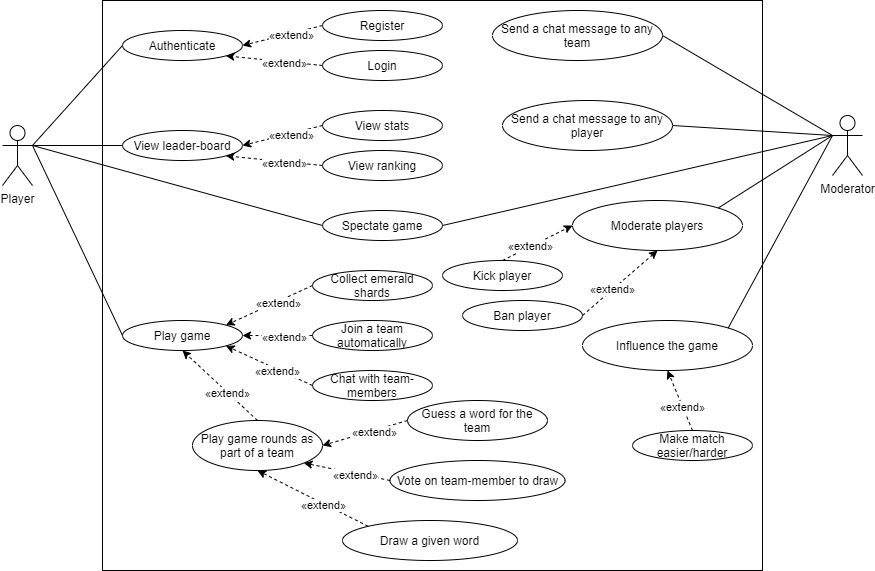
Above: docs/resources/diagrams/Use Case Diagram.png in CraigChaus/Sketchy-Mine- (draw.io), before the change. Source tidied: cells renumbered, new cells last; positions are measured from the earlier drawing's top-left corner, leaving out a move shared by most shapes.
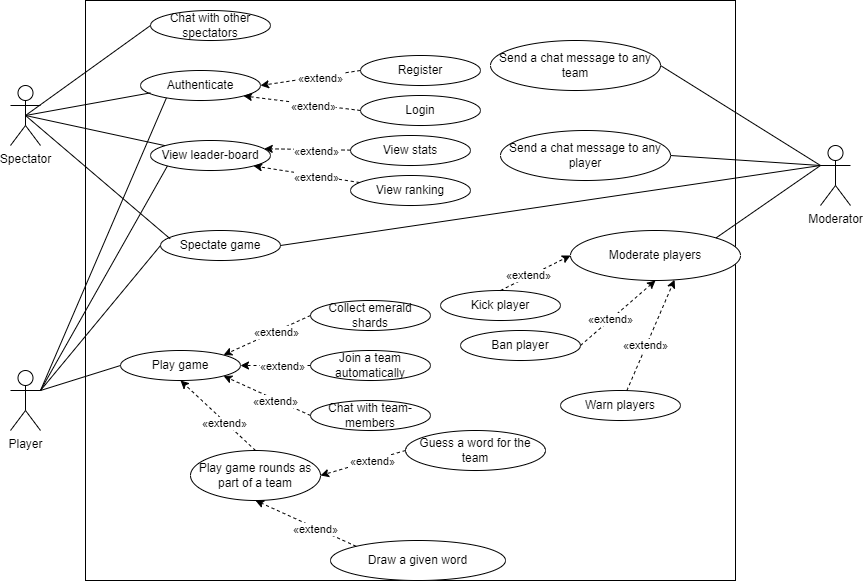
Later version of the same file.

Commit message:
docs: updated user diagram

Change to the diagram source:
```diff
@@ -3,19 +3,19 @@
     <mxCell id="0" />
     <mxCell id="1" parent="0" />
     <mxCell id="2" value="Player" style="shape=umlActor;verticalLabelPosition=bottom;verticalAlign=top;html=1;outlineConnect=0;" parent="1" vertex="1">
-      <mxGeometry y="125" width="30" height="60" as="geometry" />
+      <mxGeometry x="10" y="340" width="30" height="60" as="geometry" />
     </mxCell>
     <mxCell id="3" style="rounded=0;whiteSpace=wrap;html=1;" parent="1" vertex="1">
-      <mxGeometry x="100" width="660" height="570" as="geometry" />
+      <mxGeometry x="85" y="-30" width="650" height="580" as="geometry" />
     </mxCell>
     <mxCell id="4" value="Authenticate" style="ellipse;whiteSpace=wrap;html=1;" parent="1" vertex="1">
-      <mxGeometry x="120" y="30" width="120" height="30" as="geometry" />
+      <mxGeometry x="140" y="40" width="120" height="30" as="geometry" />
     </mxCell>
     <mxCell id="5" value="Register" style="ellipse;whiteSpace=wrap;html=1;" parent="1" vertex="1">
-      <mxGeometry x="320" y="10" width="120" height="30" as="geometry" />
+      <mxGeometry x="360" y="25" width="120" height="30" as="geometry" />
     </mxCell>
     <mxCell id="6" value="Login" style="ellipse;whiteSpace=wrap;html=1;" parent="1" vertex="1">
-      <mxGeometry x="320" y="50" width="120" height="30" as="geometry" />
+      <mxGeometry x="360" y="65" width="120" height="30" as="geometry" />
     </mxCell>
     <mxCell id="7" style="endArrow=classic;html=1;rounded=0;entryX=1;entryY=0.5;entryDx=0;entryDy=0;exitX=0;exitY=0.5;exitDx=0;exitDy=0;dashed=1;" parent="1" edge="1" source="5" target="4">
       <mxGeometry relative="1" as="geometry" />
@@ -29,28 +29,28 @@
     <mxCell id="10" value="«extend»" style="edgeLabel;html=1;align=center;verticalAlign=middle;" parent="9" vertex="1">
       <mxGeometry x="-0.19" y="1" relative="1" as="geometry" />
     </mxCell>
-    <mxCell id="11" style="endArrow=none;html=1;rounded=0;exitX=1;exitY=0.3333333333333333;exitDx=0;exitDy=0;exitPerimeter=0;entryX=0;entryY=0.5;entryDx=0;entryDy=0;" parent="1" edge="1" source="2" target="4">
+    <mxCell id="11" style="endArrow=none;html=1;rounded=0;exitX=1;exitY=0.3333333333333333;exitDx=0;exitDy=0;exitPerimeter=0;entryX=0.216;entryY=0.914;entryDx=0;entryDy=0;entryPerimeter=0;" parent="1" edge="1" source="2" target="4">
       <mxGeometry relative="1" as="geometry" />
     </mxCell>
     <mxCell id="12" value="View leader-board " style="ellipse;whiteSpace=wrap;html=1;" parent="1" vertex="1">
-      <mxGeometry x="120" y="130" width="120" height="30" as="geometry" />
+      <mxGeometry x="150" y="110" width="120" height="30" as="geometry" />
     </mxCell>
-    <mxCell id="13" style="endArrow=none;html=1;rounded=0;entryX=0;entryY=0.5;entryDx=0;entryDy=0;exitX=1;exitY=0.3333333333333333;exitDx=0;exitDy=0;exitPerimeter=0;" parent="1" edge="1" source="2" target="12">
+    <mxCell id="13" style="endArrow=none;html=1;rounded=0;entryX=0;entryY=1;entryDx=0;entryDy=0;exitX=1;exitY=0.3333333333333333;exitDx=0;exitDy=0;exitPerimeter=0;" parent="1" edge="1" source="2" target="12">
       <mxGeometry relative="1" as="geometry" />
     </mxCell>
     <mxCell id="14" value="View stats" style="ellipse;whiteSpace=wrap;html=1;" parent="1" vertex="1">
-      <mxGeometry x="320" y="110" width="120" height="30" as="geometry" />
+      <mxGeometry x="350" y="105" width="120" height="30" as="geometry" />
     </mxCell>
-    <mxCell id="15" style="endArrow=classic;html=1;rounded=0;entryX=1;entryY=0.5;entryDx=0;entryDy=0;exitX=0;exitY=0.5;exitDx=0;exitDy=0;dashed=1;" parent="1" edge="1" source="14" target="12">
+    <mxCell id="15" style="endArrow=classic;html=1;rounded=0;entryX=0.948;entryY=0.275;entryDx=0;entryDy=0;dashed=1;entryPerimeter=0;" parent="1" edge="1" source="14" target="12">
       <mxGeometry relative="1" as="geometry" />
     </mxCell>
     <mxCell id="16" value="«extend»" style="edgeLabel;html=1;align=center;verticalAlign=middle;" parent="15" vertex="1">
       <mxGeometry x="-0.19" y="1" relative="1" as="geometry" />
     </mxCell>
     <mxCell id="17" value="View ranking" style="ellipse;whiteSpace=wrap;html=1;" parent="1" vertex="1">
-      <mxGeometry x="320" y="150" width="120" height="30" as="geometry" />
+      <mxGeometry x="350" y="145" width="120" height="30" as="geometry" />
     </mxCell>
-    <mxCell id="18" style="endArrow=classic;html=1;rounded=0;entryX=1;entryY=1;entryDx=0;entryDy=0;exitX=0;exitY=0.5;exitDx=0;exitDy=0;dashed=1;" parent="1" edge="1" source="17" target="12">
+    <mxCell id="18" style="endArrow=classic;html=1;rounded=0;entryX=1;entryY=1;entryDx=0;entryDy=0;dashed=1;" parent="1" edge="1" source="17" target="12">
       <mxGeometry relative="1" as="geometry" />
     </mxCell>
     <mxCell id="19" value="«extend»" style="edgeLabel;html=1;align=center;verticalAlign=middle;" parent="18" vertex="1">
@@ -63,7 +63,7 @@
       <mxGeometry relative="1" as="geometry" />
     </mxCell>
     <mxCell id="22" value="Spectate game" style="ellipse;whiteSpace=wrap;html=1;" parent="1" vertex="1">
-      <mxGeometry x="320" y="210" width="120" height="30" as="geometry" />
+      <mxGeometry x="160" y="200" width="120" height="30" as="geometry" />
     </mxCell>
     <mxCell id="23" style="endArrow=none;html=1;rounded=0;exitX=1;exitY=0.3333333333333333;exitDx=0;exitDy=0;exitPerimeter=0;entryX=0;entryY=0.5;entryDx=0;entryDy=0;" parent="1" edge="1" source="2" target="22">
       <mxGeometry relative="1" as="geometry" />
@@ -113,17 +113,8 @@
     <mxCell id="38" value="«extend»" style="edgeLabel;html=1;align=center;verticalAlign=middle;" parent="37" vertex="1">
       <mxGeometry x="-0.19" y="1" relative="1" as="geometry" />
     </mxCell>
-    <mxCell id="39" value="Vote on team-member to draw" style="ellipse;whiteSpace=wrap;html=1;" parent="1" vertex="1">
-      <mxGeometry x="387.5" y="460" width="175" height="40" as="geometry" />
-    </mxCell>
-    <mxCell id="40" style="endArrow=classic;html=1;rounded=0;entryX=1;entryY=1;entryDx=0;entryDy=0;exitX=0;exitY=0.5;exitDx=0;exitDy=0;dashed=1;" parent="1" edge="1" source="39" target="33">
-      <mxGeometry relative="1" as="geometry" />
-    </mxCell>
-    <mxCell id="41" value="«extend»" style="edgeLabel;html=1;align=center;verticalAlign=middle;" parent="40" vertex="1">
-      <mxGeometry x="-0.19" y="1" relative="1" as="geometry" />
-    </mxCell>
     <mxCell id="42" value="Draw a given word" style="ellipse;whiteSpace=wrap;html=1;" parent="1" vertex="1">
-      <mxGeometry x="340" y="520" width="175" height="40" as="geometry" />
+      <mxGeometry x="330" y="510" width="175" height="40" as="geometry" />
     </mxCell>
     <mxCell id="43" style="endArrow=classic;html=1;rounded=0;entryX=0.5;entryY=1;entryDx=0;entryDy=0;exitX=0;exitY=0;exitDx=0;exitDy=0;dashed=1;" parent="1" edge="1" source="42" target="33">
       <mxGeometry relative="1" as="geometry" />
@@ -132,7 +123,7 @@
       <mxGeometry x="-0.19" y="1" relative="1" as="geometry" />
     </mxCell>
     <mxCell id="45" value="Moderator" style="shape=umlActor;verticalLabelPosition=bottom;verticalAlign=top;html=1;outlineConnect=0;" parent="1" vertex="1">
-      <mxGeometry x="830" y="115" width="30" height="60" as="geometry" />
+      <mxGeometry x="820" y="115" width="30" height="60" as="geometry" />
     </mxCell>
     <mxCell id="46" value="Send a chat message to any team" style="ellipse;whiteSpace=wrap;html=1;" parent="1" vertex="1">
       <mxGeometry x="490" y="10" width="170" height="50" as="geometry" />
@@ -173,20 +164,32 @@
     <mxCell id="58" value="«extend»" style="edgeLabel;html=1;align=center;verticalAlign=middle;" parent="57" vertex="1">
       <mxGeometry x="-0.19" y="1" relative="1" as="geometry" />
     </mxCell>
-    <mxCell id="59" value="Influence the game" style="ellipse;whiteSpace=wrap;html=1;" parent="1" vertex="1">
-      <mxGeometry x="580" y="320" width="170" height="50" as="geometry" />
-    </mxCell>
-    <mxCell id="60" style="endArrow=none;html=1;rounded=0;exitX=1;exitY=0;exitDx=0;exitDy=0;entryX=0;entryY=0.3333333333333333;entryDx=0;entryDy=0;entryPerimeter=0;" parent="1" edge="1" source="59" target="45">
-      <mxGeometry relative="1" as="geometry" />
-    </mxCell>
-    <mxCell id="61" value="Make match easier/harder" style="ellipse;whiteSpace=wrap;html=1;" parent="1" vertex="1">
-      <mxGeometry x="630" y="430" width="120" height="30" as="geometry" />
-    </mxCell>
-    <mxCell id="62" style="endArrow=classic;html=1;rounded=0;entryX=0.5;entryY=1;entryDx=0;entryDy=0;exitX=0.5;exitY=0;exitDx=0;exitDy=0;dashed=1;" parent="1" edge="1" source="61" target="59">
-      <mxGeometry relative="1" as="geometry" />
-    </mxCell>
-    <mxCell id="63" value="«extend»" style="edgeLabel;html=1;align=center;verticalAlign=middle;" parent="62" vertex="1">
-      <mxGeometry x="-0.19" y="1" relative="1" as="geometry" />
-    </mxCell>
+    <mxCell id="64" value="Spectator" style="shape=umlActor;verticalLabelPosition=bottom;verticalAlign=top;html=1;outlineConnect=0;" parent="1" vertex="1">
+      <mxGeometry x="10" y="55" width="30" height="60" as="geometry" />
+    </mxCell>
+    <mxCell id="65" style="endArrow=none;html=1;rounded=0;exitX=0.5;exitY=0.5;exitDx=0;exitDy=0;exitPerimeter=0;entryX=0.083;entryY=0.746;entryDx=0;entryDy=0;entryPerimeter=0;" parent="1" edge="1" source="64" target="4">
+      <mxGeometry relative="1" as="geometry" />
+    </mxCell>
+    <mxCell id="66" style="endArrow=none;html=1;rounded=0;exitX=0.5;exitY=0.5;exitDx=0;exitDy=0;exitPerimeter=0;" parent="1" edge="1" source="64" target="12">
+      <mxGeometry relative="1" as="geometry" />
+    </mxCell>
+    <mxCell id="67" value="Chat with other spectators" style="ellipse;whiteSpace=wrap;html=1;" parent="1" vertex="1">
+      <mxGeometry x="150" y="-20" width="120" height="30" as="geometry" />
+    </mxCell>
+    <mxCell id="68" style="endArrow=none;html=1;rounded=0;exitX=0.5;exitY=0.5;exitDx=0;exitDy=0;exitPerimeter=0;entryX=0;entryY=0.5;entryDx=0;entryDy=0;" parent="1" edge="1" source="64" target="67">
+      <mxGeometry relative="1" as="geometry" />
+    </mxCell>
+    <mxCell id="69" style="endArrow=none;html=1;rounded=0;exitX=0.5;exitY=0.5;exitDx=0;exitDy=0;exitPerimeter=0;entryX=0.08;entryY=0.275;entryDx=0;entryDy=0;entryPerimeter=0;" parent="1" edge="1" source="64" target="22">
+      <mxGeometry relative="1" as="geometry" />
+    </mxCell>
+    <mxCell id="70" value="Warn players" style="ellipse;whiteSpace=wrap;html=1;" parent="1" vertex="1">
+      <mxGeometry x="560" y="360" width="120" height="30" as="geometry" />
+    </mxCell>
+    <mxCell id="71" style="endArrow=classic;html=1;rounded=0;entryX=0.612;entryY=0.985;entryDx=0;entryDy=0;dashed=1;entryPerimeter=0;" parent="1" edge="1" source="70" target="51">
+      <mxGeometry relative="1" as="geometry" />
+    </mxCell>
+    <mxCell id="72" value="«extend»" style="edgeLabel;html=1;align=center;verticalAlign=middle;" parent="71" vertex="1">
+      <mxGeometry x="-0.19" y="1" relative="1" as="geometry" />
+    </mxCell>
   </root>
 </mxGraphModel>
```
